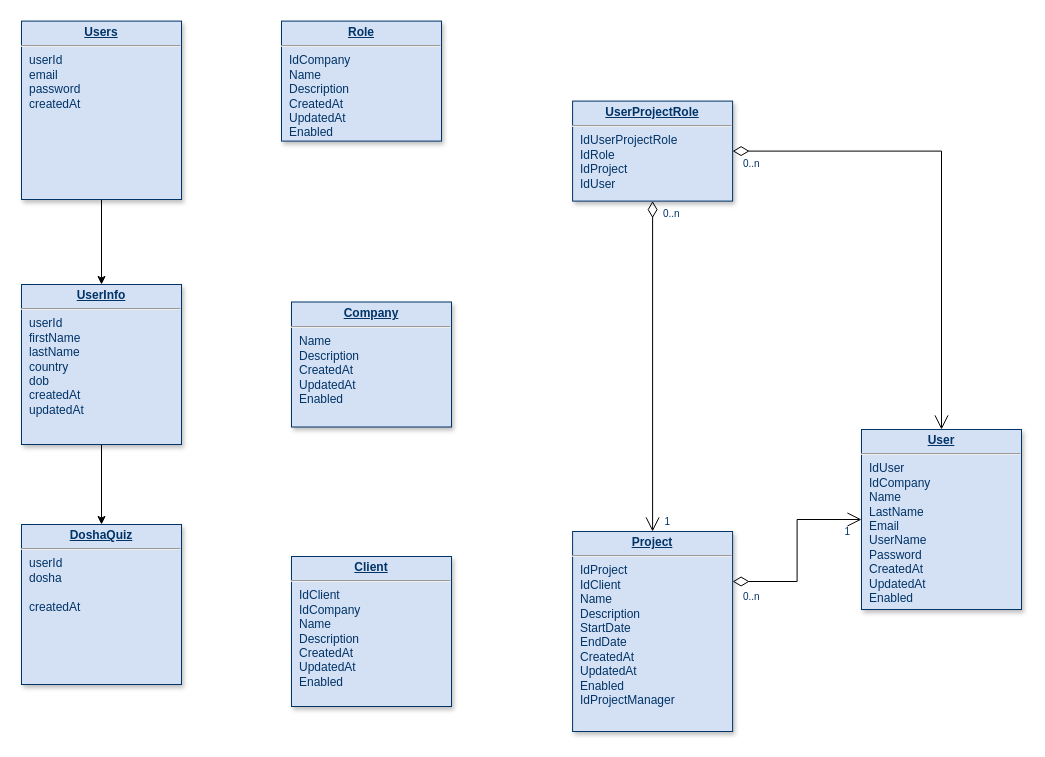
Before: Prana Diagram.drawio in jhonnyoddball/mauro218, a draw.io diagram. Source tidied: cells renumbered, new cells numbered last; positions are measured from the earlier drawing's top-left corner, leaving out a move shared by most shapes. Both pictures are drawn from the tidied source at 100%, with x=0, y=0 at pixel (21, 21).
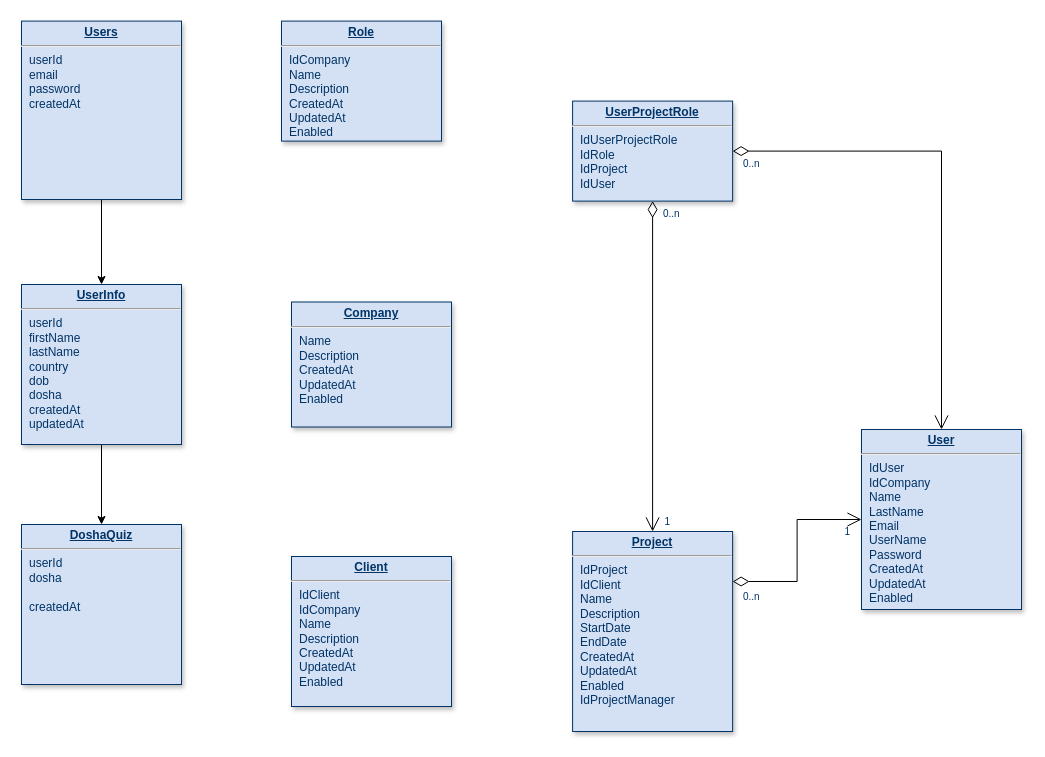
The same page after the edit.

What changed in the source:
```diff
@@
-    <mxCell id="5" value="&lt;p style=&quot;margin: 0px ; margin-top: 4px ; text-align: center ; text-decoration: underline&quot;&gt;&lt;strong&gt;UserInfo&lt;/strong&gt;&lt;/p&gt;&lt;hr&gt;&lt;p style=&quot;margin: 0px ; margin-left: 8px&quot;&gt;userId&lt;/p&gt;&lt;p style=&quot;margin: 0px ; margin-left: 8px&quot;&gt;firstName&lt;/p&gt;&lt;p style=&quot;margin: 0px ; margin-left: 8px&quot;&gt;lastName&lt;/p&gt;&lt;p style=&quot;margin: 0px ; margin-left: 8px&quot;&gt;country&lt;/p&gt;&lt;p style=&quot;margin: 0px ; margin-left: 8px&quot;&gt;dob&lt;/p&gt;&lt;p style=&quot;margin: 0px ; margin-left: 8px&quot;&gt;createdAt&lt;/p&gt;&lt;p style=&quot;margin: 0px ; margin-left: 8px&quot;&gt;updatedAt&lt;/p&gt;" style="verticalAlign=top;align=left;overflow=fill;fontSize=12;fontFamily=Helvetica;html=1;strokeColor=#003366;shadow=1;fillColor=#D4E1F5;fontColor=#003366;" parent="1" vertex="1">
+    <mxCell id="5" value="&lt;p style=&quot;margin: 0px ; margin-top: 4px ; text-align: center ; text-decoration: underline&quot;&gt;&lt;strong&gt;UserInfo&lt;/strong&gt;&lt;/p&gt;&lt;hr&gt;&lt;p style=&quot;margin: 0px ; margin-left: 8px&quot;&gt;userId&lt;/p&gt;&lt;p style=&quot;margin: 0px ; margin-left: 8px&quot;&gt;firstName&lt;/p&gt;&lt;p style=&quot;margin: 0px ; margin-left: 8px&quot;&gt;lastName&lt;/p&gt;&lt;p style=&quot;margin: 0px ; margin-left: 8px&quot;&gt;country&lt;/p&gt;&lt;p style=&quot;margin: 0px ; margin-left: 8px&quot;&gt;dob&lt;/p&gt;&lt;p style=&quot;margin: 0px ; margin-left: 8px&quot;&gt;dosha&lt;/p&gt;&lt;p style=&quot;margin: 0px ; margin-left: 8px&quot;&gt;createdAt&lt;/p&gt;&lt;p style=&quot;margin: 0px ; margin-left: 8px&quot;&gt;updatedAt&lt;/p&gt;" style="verticalAlign=top;align=left;overflow=fill;fontSize=12;fontFamily=Helvetica;html=1;strokeColor=#003366;shadow=1;fillColor=#D4E1F5;fontColor=#003366;" parent="1" vertex="1">
       <mxGeometry y="263" width="160" height="160" as="geometry" />
     </mxCell>
```
